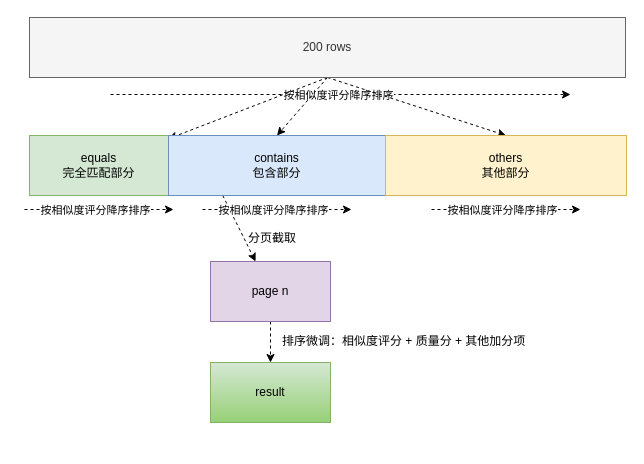
Above: xueyuan/xueyuan.drawio in diaohancai/diagrams (draw.io), before the change. Source tidied: cells renumbered, new cells numbered last; positions are measured from the earlier drawing's top-left corner, leaving out a move shared by most shapes. Both pictures are drawn from the tidied source at 100%, with x=0, y=0 at pixel (24, 17).
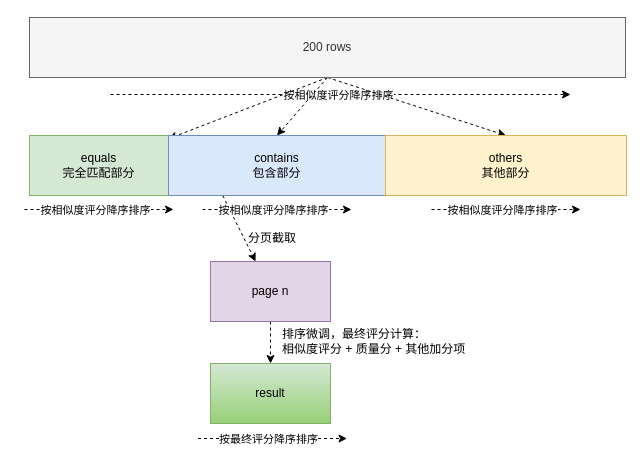
The same page after the edit.

What changed in the source:
```diff
@@
     <mxCell id="20" value="result" style="rounded=0;whiteSpace=wrap;html=1;fillColor=#d5e8d4;gradientColor=#97d077;strokeColor=#82b366;" parent="1" vertex="1">
-      <mxGeometry x="186" y="345" width="120" height="60" as="geometry" />
+      <mxGeometry x="186" y="346" width="120" height="60" as="geometry" />
     </mxCell>
-    <mxCell id="21" value="排序微调：相似度评分 + 质量分 + 其他加分项" style="text;html=1;strokeColor=none;fillColor=none;align=left;verticalAlign=middle;whiteSpace=wrap;rounded=0;" parent="1" vertex="1">
+    <mxCell id="21" value="排序微调，最终评分计算：&lt;br&gt;相似度评分 + 质量分 + 其他加分项" style="text;html=1;strokeColor=none;fillColor=none;align=left;verticalAlign=middle;whiteSpace=wrap;rounded=0;" parent="1" vertex="1">
       <mxGeometry x="256" y="309" width="291" height="30" as="geometry" />
     </mxCell>
@@
+    <mxCell id="23" style="endArrow=classic;html=1;rounded=0;dashed=1;" parent="1" edge="1">
+      <mxGeometry relative="1" as="geometry">
+        <mxPoint x="173.5" y="421" as="sourcePoint" />
+        <mxPoint x="322.5" y="421" as="targetPoint" />
+      </mxGeometry>
+    </mxCell>
+    <mxCell id="24" value="按最终评分降序排序" style="edgeLabel;html=1;align=center;verticalAlign=middle;" parent="23" vertex="1">
+      <mxGeometry x="-0.05" y="1" relative="1" as="geometry">
+        <mxPoint x="-1" y="1" as="offset" />
+      </mxGeometry>
+    </mxCell>
```
